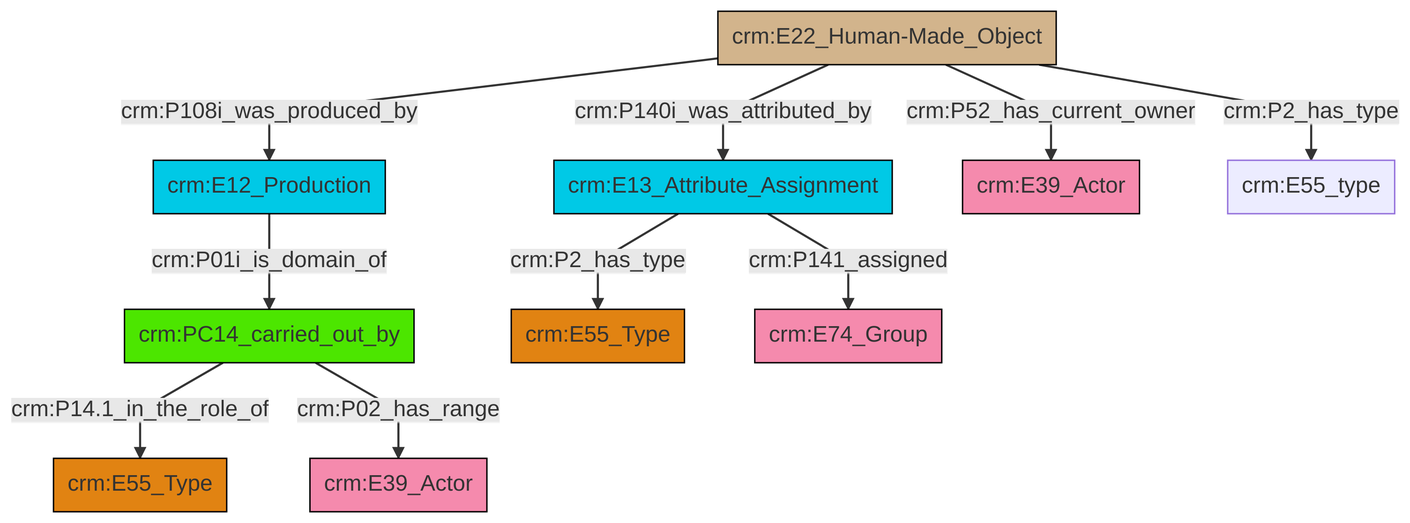
This is et/builtWorkCSV/ttl/mmd/png/Built_Work_actor_relations.png from swiss-art-research-net/reference-data-models, a Mermaid export, as it was before one commit. Its source is kept beside it as et/builtWorkCSV/ttl/mmd/Built_Work_actor_relations.ttl.mmd.
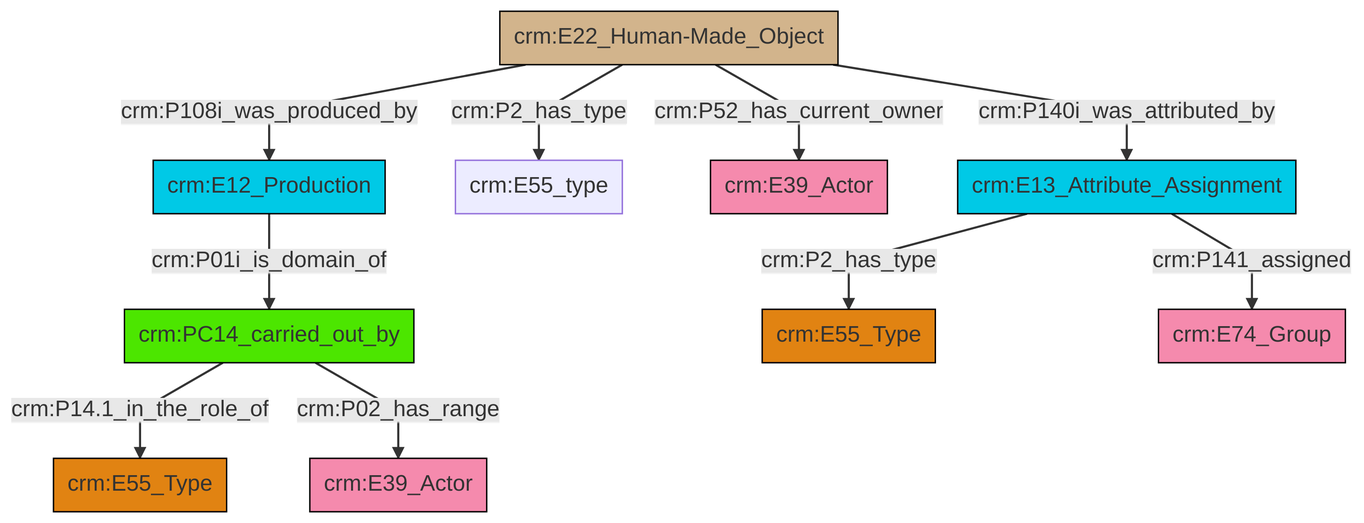
Later version of the same file.

Change to the diagram source:
```diff
@@ -14,11 +14,11 @@
 classDef Multi fill:#cccccc,stroke:#000000;
 
 0["crm:E22_Human-Made_Object"]:::Physical_Thing -->|crm:P108i_was_produced_by| 1["crm:E12_Production"]:::Temporal_Entity
-0["crm:E22_Human-Made_Object"]:::Physical_Thing -->|crm:P140i_was_attributed_by| 2["crm:E13_Attribute_Assignment"]:::Temporal_Entity
-3["crm:PC14_carried_out_by"]:::PC_Classes -->|crm:P14.1_in_the_role_of| 4["crm:E55_Type"]:::Type
-3["crm:PC14_carried_out_by"]:::PC_Classes -->|crm:P02_has_range| 6["crm:E39_Actor"]:::Actor
-0["crm:E22_Human-Made_Object"]:::Physical_Thing -->|crm:P52_has_current_owner| 10["crm:E39_Actor"]:::Actor
-2["crm:E13_Attribute_Assignment"]:::Temporal_Entity -->|crm:P2_has_type| 7["crm:E55_Type"]:::Type
-1["crm:E12_Production"]:::Temporal_Entity -->|crm:P01i_is_domain_of| 3["crm:PC14_carried_out_by"]:::PC_Classes
-2["crm:E13_Attribute_Assignment"]:::Temporal_Entity -->|crm:P141_assigned| 17["crm:E74_Group"]:::Actor
-0["crm:E22_Human-Made_Object"]:::Physical_Thing -->|crm:P2_has_type| 11["crm:E55_type"]:::Default
+0["crm:E22_Human-Made_Object"]:::Physical_Thing -->|crm:P2_has_type| 15["crm:E55_type"]:::Default
+0["crm:E22_Human-Made_Object"]:::Physical_Thing -->|crm:P52_has_current_owner| 2["crm:E39_Actor"]:::Actor
+0["crm:E22_Human-Made_Object"]:::Physical_Thing -->|crm:P140i_was_attributed_by| 8["crm:E13_Attribute_Assignment"]:::Temporal_Entity
+6["crm:PC14_carried_out_by"]:::PC_Classes -->|crm:P14.1_in_the_role_of| 19["crm:E55_Type"]:::Type
+6["crm:PC14_carried_out_by"]:::PC_Classes -->|crm:P02_has_range| 10["crm:E39_Actor"]:::Actor
+8["crm:E13_Attribute_Assignment"]:::Temporal_Entity -->|crm:P2_has_type| 4["crm:E55_Type"]:::Type
+1["crm:E12_Production"]:::Temporal_Entity -->|crm:P01i_is_domain_of| 6["crm:PC14_carried_out_by"]:::PC_Classes
+8["crm:E13_Attribute_Assignment"]:::Temporal_Entity -->|crm:P141_assigned| 17["crm:E74_Group"]:::Actor
```
